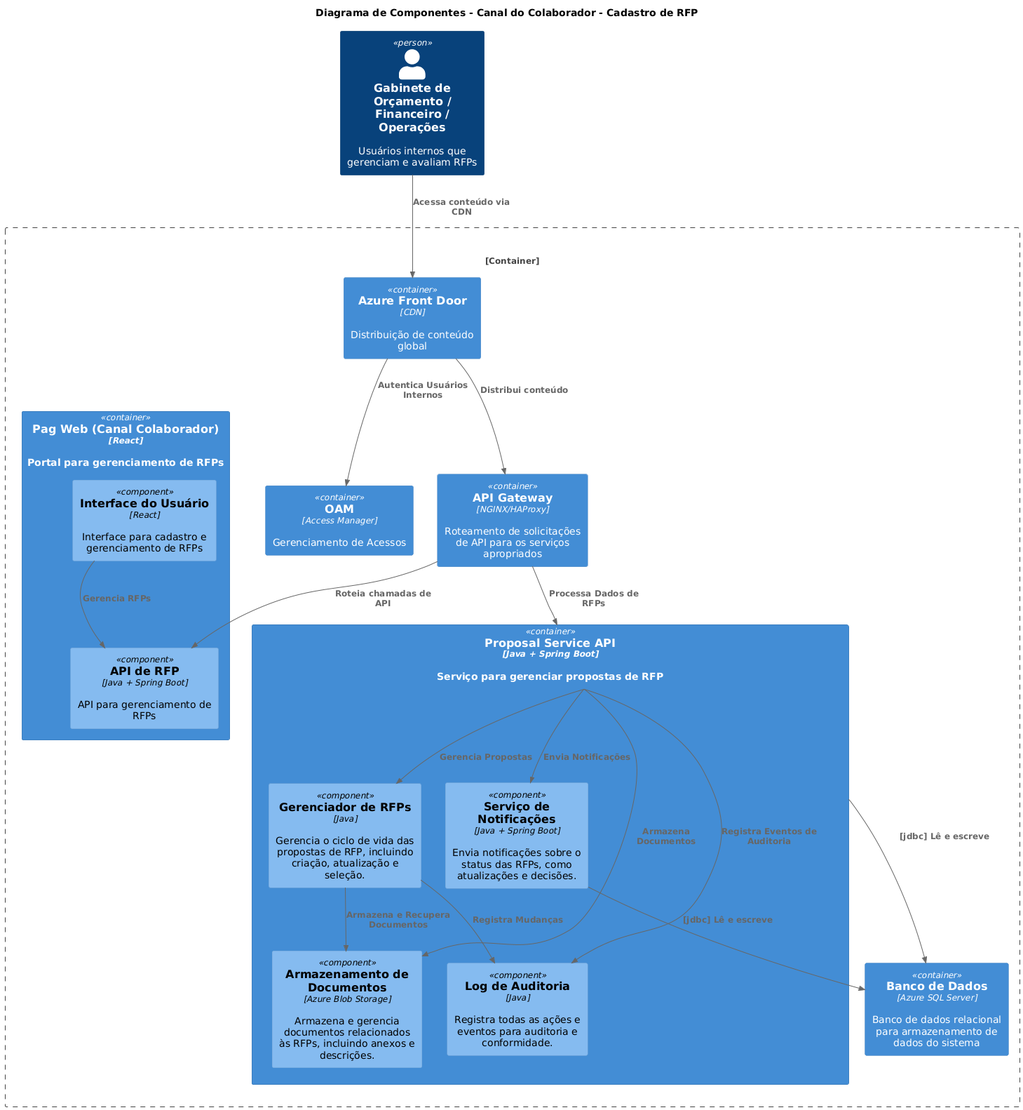
Before: images/c4/component/canal_colaborador.png, a diagram exported from PlantUML (JohnatanSantana/fiap_design_omb).
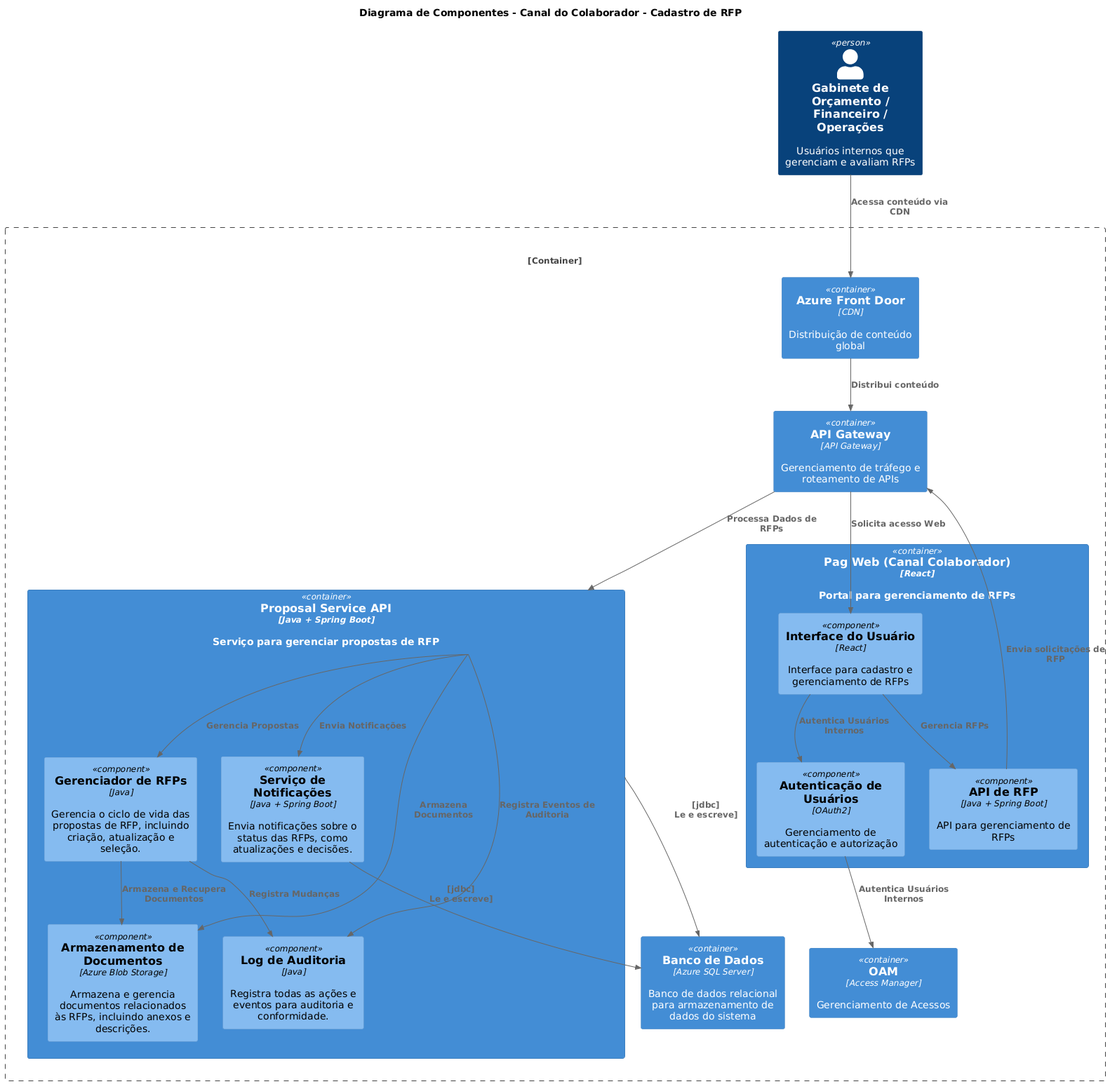
Above is the later version.

Diff of the diagram source:
```diff
@@ -12,12 +12,11 @@
 Container_Boundary(AKSCluster, "") {
     Container(CollaboratorPortal, "Pag Web (Canal Colaborador)", "React", "Portal para gerenciamento de RFPs") {
         Component(CollaboratorUI, "Interface do Usuário", "React", "Interface para cadastro e gerenciamento de RFPs")
+        Component(CollaboratorAuth, "Autenticação de Usuários", "OAuth2", "Gerenciamento de autenticação e autorização")
         Component(CollaboratorAPI, "API de RFP", "Java + Spring Boot", "API para gerenciamento de RFPs")
     }
 
     Container(OAM, "OAM", "Access Manager", "Gerenciamento de Acessos")
-    Container(AzureFrontDoor, "Azure Front Door", "CDN", "Distribuição de conteúdo global")
-    Container(APIIntegration, "API Gateway", "NGINX/HAProxy", "Roteamento de solicitações de API para os serviços apropriados")
 
     Container(ProposalService, "Proposal Service API", "Java + Spring Boot", "Serviço para gerenciar propostas de RFP") {
         Component(RFPManager, "Gerenciador de RFPs", "Java", "Gerencia o ciclo de vida das propostas de RFP, incluindo criação, atualização e seleção.")
@@ -28,19 +27,26 @@
 
     Container(Database, "Banco de Dados", "Azure SQL Server", "Banco de dados relacional para armazenamento de dados do sistema")
 
-    Rel(InternalUsers, AzureFrontDoor, "Acessa conteúdo via CDN")
-    Rel(AzureFrontDoor, APIIntegration, "Distribui conteúdo")
-    Rel(AzureFrontDoor, OAM, "Autentica Usuários Internos")
-    Rel(CollaboratorUI, CollaboratorAPI, "Gerencia RFPs")
-    Rel(APIIntegration,CollaboratorAPI, "Roteia chamadas de API")
-    Rel(APIIntegration, ProposalService, "Processa Dados de RFPs")
-    Rel(ProposalService, Database, "[jdbc] Lê e escreve")
-    Rel(ProposalService, RFPManager, "Gerencia Propostas")
-    Rel(ProposalService, NotificationService, "Envia Notificações")
-    Rel(ProposalService, DocumentStorage, "Armazena Documentos")
-    Rel(ProposalService, AuditLog, "Registra Eventos de Auditoria")
-    Rel(RFPManager, DocumentStorage, "Armazena e Recupera Documentos")
-    Rel(RFPManager, AuditLog, "Registra Mudanças")
-    Rel(NotificationService, Database, "[jdbc] Lê e escreve")
+    Container(AzureFrontDoor, "Azure Front Door", "CDN", "Distribuição de conteúdo global")
+    Container(APIGateway, "API Gateway", "API Gateway", "Gerenciamento de tráfego e roteamento de APIs")
 }
+
+Rel(InternalUsers, AzureFrontDoor, "Acessa conteúdo via CDN")
+Rel(AzureFrontDoor, APIGateway, "Distribui conteúdo")
+Rel(APIGateway, CollaboratorUI, "Solicita acesso Web")
+Rel(CollaboratorUI, CollaboratorAuth, "Autentica Usuários Internos")
+Rel(CollaboratorAuth, OAM, "Autentica Usuários Internos")
+Rel(CollaboratorUI, CollaboratorAPI, "Gerencia RFPs")
+Rel(CollaboratorAPI, APIGateway, "Envia solicitações de RFP")
+Rel(APIGateway, ProposalService, "Processa Dados de RFPs")
+Rel(ProposalService, Database, "[jdbc]\nLe e escreve]")
+
+Rel(ProposalService, RFPManager, "Gerencia Propostas")
+Rel(ProposalService, NotificationService, "Envia Notificações")
+Rel(ProposalService, DocumentStorage, "Armazena Documentos")
+Rel(ProposalService, AuditLog, "Registra Eventos de Auditoria")
+
+Rel(RFPManager, DocumentStorage, "Armazena e Recupera Documentos")
+Rel(RFPManager, AuditLog, "Registra Mudanças")
+Rel(NotificationService, Database, "[jdbc]\nLe e escreve]")
 @enduml
```
